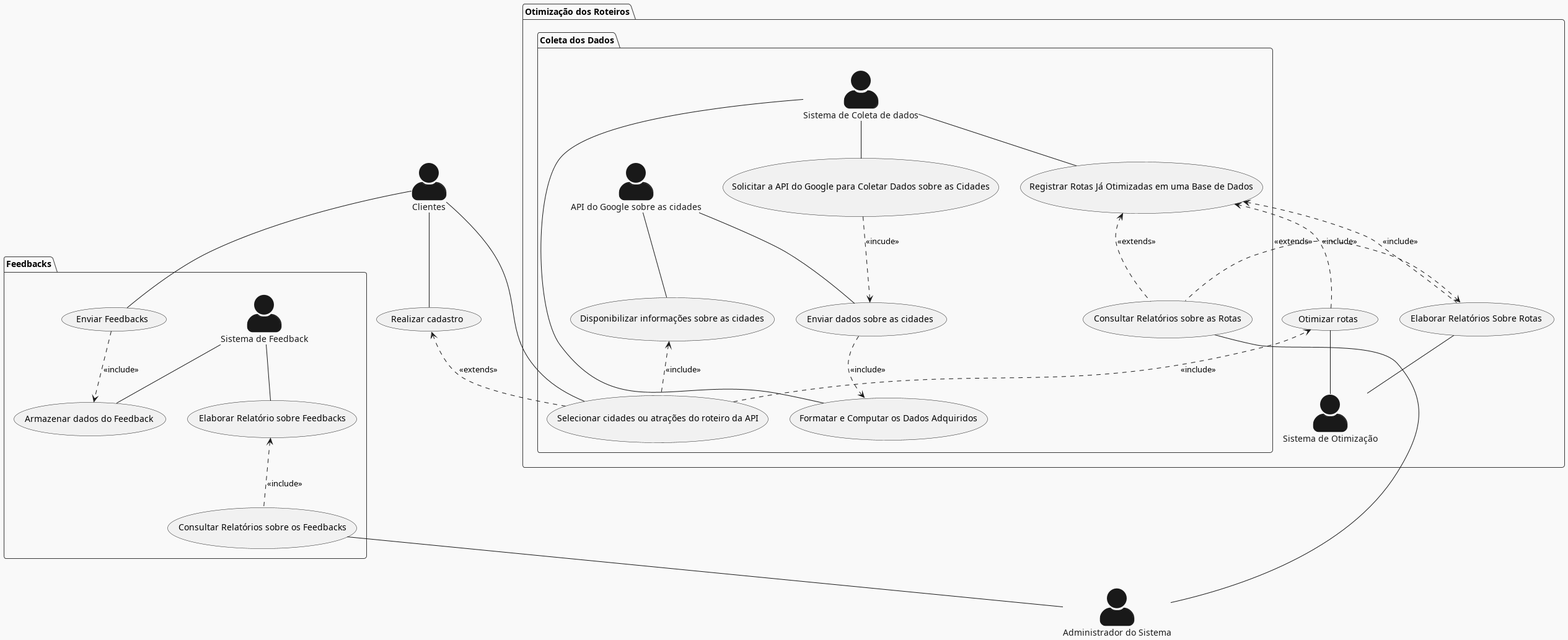
pedrodilallo/site_turismo_SIG keeps this PlantUML diagram as Relatório/Semana-1/Diagramas/DCU.png. Above is the earlier version.
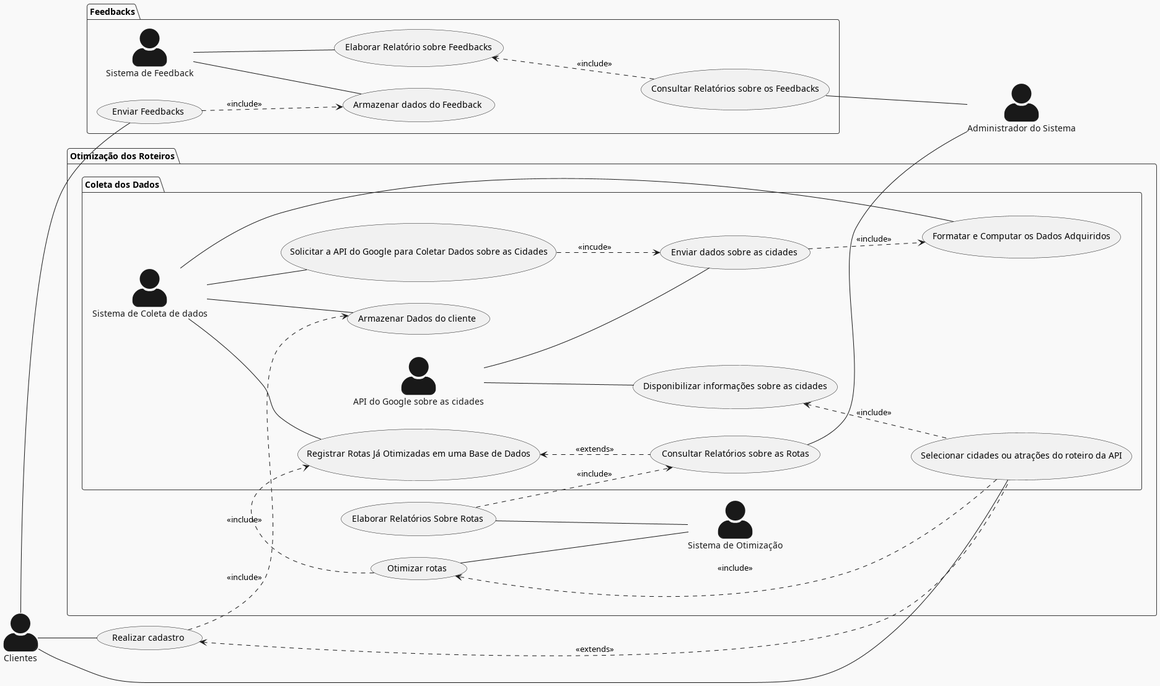
The same file after the commit.

Diff of the diagram source:
```diff
@@ -1,6 +1,8 @@
 @startuml
 skinparam actorStyle awesome
 !theme mars
+
+left to right direction
 actor "Clientes" as cliente
 actor "Administrador do Sistema" as sys_admin
 
@@ -21,7 +23,9 @@
         actor "API do Google sobre as cidades" as API
 
         cliente -- (Selecionar cidades ou atrações do roteiro da API)
+
         (Selecionar cidades ou atrações do roteiro da API) ..> (Otimizar rotas): <<include>>
+
         (Solicitar a API do Google para Coletar Dados sobre as Cidades) ..> (Enviar dados sobre as cidades) : <<incude>>
         coletador -- (Solicitar a API do Google para Coletar Dados sobre as Cidades)
         coletador -- (Registrar Rotas Já Otimizadas em uma Base de Dados)
@@ -32,9 +36,15 @@
         (Otimizar rotas) ..> (Registrar Rotas Já Otimizadas em uma Base de Dados) : <<include>>
         (Registrar Rotas Já Otimizadas em uma Base de Dados) <.. (Consultar Relatórios sobre as Rotas) : <<extends>>
 
+        (Realizar cadastro) ..> (Armazenar Dados do cliente): <<include>>
+
+        coletador -- (Armazenar Dados do cliente)
+
+
+
     }
-(Registrar Rotas Já Otimizadas em uma Base de Dados) <.. (Elaborar Relatórios Sobre Rotas):<<include>>
-(Elaborar Relatórios Sobre Rotas) <.. (Consultar Relatórios sobre as Rotas): <<extends>>
+
+(Elaborar Relatórios Sobre Rotas) ..> (Consultar Relatórios sobre as Rotas): <<include>>
 (Elaborar Relatórios Sobre Rotas) -- otimizador
 
 }
```
